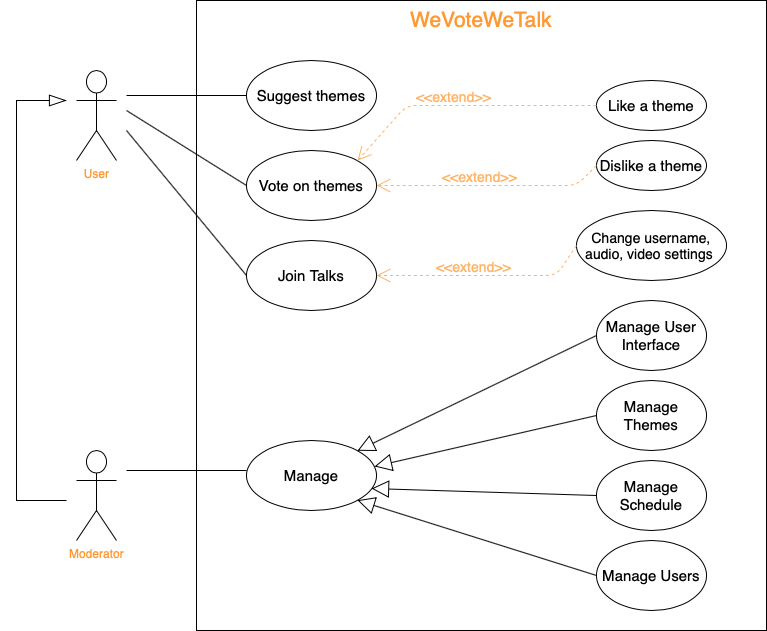
FEUP-ESOF-2020-21/open-cx-t5g1-wevotewetalk keeps this draw.io diagram as docs/use-cases-diagram.png. Above is the earlier version. Source tidied: cells renumbered, new cells last; positions are measured from the earlier drawing's top-left corner, leaving out a move shared by most shapes.
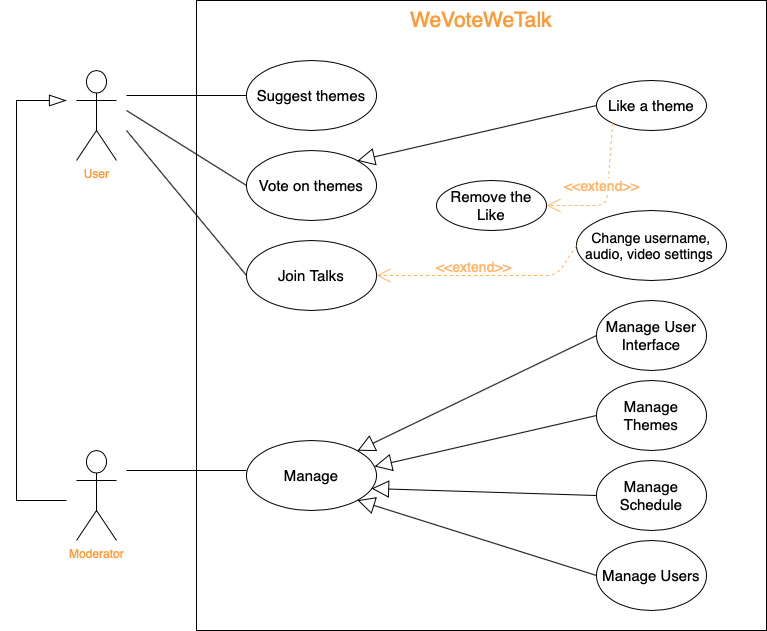
After the change.

Commit message:
Changes to the use case diagram and to the report

Change to the diagram source:
```diff
@@ -8,9 +8,9 @@
     <mxCell id="3" value="&lt;font color=&quot;#ff9933&quot;&gt;Moderator&lt;/font&gt;" style="shape=umlActor;verticalLabelPosition=bottom;verticalAlign=top;html=1;" parent="1" vertex="1">
       <mxGeometry x="60" y="450" width="40" height="90" as="geometry" />
     </mxCell>
-    <mxCell id="4" style="rounded=0;whiteSpace=wrap;html=1;" parent="1" vertex="1">
-      <mxGeometry x="180" width="570" height="630" as="geometry" />
-    </mxCell>
+    <mxCell id="32" style="rounded=0;whiteSpace=wrap;html=1;" parent="1" vertex="1">
+      <mxGeometry x="180" width="570" height="630" as="geometry" />
+    </mxCell>
     <mxCell id="5" value="WeVoteWeTalk&lt;br style=&quot;font-size: 21px;&quot;&gt;" style="text;html=1;strokeColor=none;fillColor=none;align=center;verticalAlign=middle;whiteSpace=wrap;rounded=0;fontSize=21;fontColor=#FF9933;" parent="1" vertex="1">
       <mxGeometry x="445" y="10" width="40" height="20" as="geometry" />
     </mxCell>
@@ -23,41 +23,41 @@
     <mxCell id="8" value="Join Talks" style="ellipse;whiteSpace=wrap;html=1;fontSize=15;" parent="1" vertex="1">
       <mxGeometry x="230" y="240" width="130" height="70" as="geometry" />
     </mxCell>
-    <mxCell id="9" style="endArrow=none;html=1;fontSize=15;fontColor=#FF9933;entryX=0;entryY=0.5;entryDx=0;entryDy=0;" parent="1" edge="1" target="6">
-      <mxGeometry relative="1" as="geometry">
-        <mxPoint x="110" y="95" as="sourcePoint" />
-      </mxGeometry>
-    </mxCell>
-    <mxCell id="10" style="endArrow=none;html=1;fontSize=15;fontColor=#FF9933;entryX=0;entryY=0.5;entryDx=0;entryDy=0;" parent="1" edge="1" target="7">
-      <mxGeometry relative="1" as="geometry">
-        <mxPoint x="110" y="110" as="sourcePoint" />
-      </mxGeometry>
-    </mxCell>
-    <mxCell id="11" style="endArrow=none;html=1;fontSize=15;fontColor=#FF9933;entryX=0;entryY=0.5;entryDx=0;entryDy=0;" parent="1" edge="1" target="8">
-      <mxGeometry relative="1" as="geometry">
-        <mxPoint x="110" y="130" as="sourcePoint" />
-      </mxGeometry>
-    </mxCell>
-    <mxCell id="12" style="endArrow=blockThin;html=1;fontSize=15;fontColor=#FF9933;endFill=0;rounded=0;endSize=15;" parent="1" edge="1">
-      <mxGeometry relative="1" as="geometry">
-        <mxPoint x="50" y="500" as="sourcePoint" />
-        <mxPoint x="50" y="100" as="targetPoint" />
-        <Array as="points">
-          <mxPoint y="500" />
-          <mxPoint y="270" />
-          <mxPoint y="100" />
-        </Array>
-      </mxGeometry>
-    </mxCell>
+    <mxCell id="33" style="endArrow=none;html=1;fontSize=15;fontColor=#FF9933;entryX=0;entryY=0.5;entryDx=0;entryDy=0;" parent="1" edge="1" target="6">
+      <mxGeometry relative="1" as="geometry">
+        <mxPoint x="110" y="95" as="sourcePoint" />
+      </mxGeometry>
+    </mxCell>
+    <mxCell id="34" style="endArrow=none;html=1;fontSize=15;fontColor=#FF9933;entryX=0;entryY=0.5;entryDx=0;entryDy=0;" parent="1" edge="1" target="7">
+      <mxGeometry relative="1" as="geometry">
+        <mxPoint x="110" y="110" as="sourcePoint" />
+      </mxGeometry>
+    </mxCell>
+    <mxCell id="35" style="endArrow=none;html=1;fontSize=15;fontColor=#FF9933;entryX=0;entryY=0.5;entryDx=0;entryDy=0;" parent="1" edge="1" target="8">
+      <mxGeometry relative="1" as="geometry">
+        <mxPoint x="110" y="130" as="sourcePoint" />
+      </mxGeometry>
+    </mxCell>
+    <mxCell id="36" style="endArrow=blockThin;html=1;fontSize=15;fontColor=#FF9933;endFill=0;rounded=0;endSize=15;" parent="1" edge="1">
+      <mxGeometry relative="1" as="geometry">
+        <mxPoint x="50" y="500" as="sourcePoint" />
+        <mxPoint x="50" y="100" as="targetPoint" />
+        <Array as="points">
+          <mxPoint y="500" />
+          <mxPoint y="270" />
+          <mxPoint y="100" />
+        </Array>
+      </mxGeometry>
+    </mxCell>
     <mxCell id="13" value="Manage" style="ellipse;whiteSpace=wrap;html=1;fontSize=15;" parent="1" vertex="1">
       <mxGeometry x="230" y="440" width="130" height="70" as="geometry" />
     </mxCell>
-    <mxCell id="14" style="endArrow=none;html=1;fontSize=15;fontColor=#FF9933;entryX=0;entryY=0.5;entryDx=0;entryDy=0;" parent="1" edge="1">
-      <mxGeometry relative="1" as="geometry">
-        <mxPoint x="110" y="470" as="sourcePoint" />
-        <mxPoint x="230" y="470" as="targetPoint" />
-      </mxGeometry>
-    </mxCell>
+    <mxCell id="37" style="endArrow=none;html=1;fontSize=15;fontColor=#FF9933;entryX=0;entryY=0.5;entryDx=0;entryDy=0;" parent="1" edge="1">
+      <mxGeometry relative="1" as="geometry">
+        <mxPoint x="110" y="470" as="sourcePoint" />
+        <mxPoint x="230" y="470" as="targetPoint" />
+      </mxGeometry>
+    </mxCell>
     <mxCell id="15" value="Manage Themes" style="ellipse;whiteSpace=wrap;html=1;fontSize=15;" parent="1" vertex="1">
       <mxGeometry x="580" y="380" width="110" height="70" as="geometry" />
     </mxCell>
@@ -92,40 +92,31 @@
         </Array>
       </mxGeometry>
     </mxCell>
-    <mxCell id="25" value="&amp;lt;&amp;lt;extend&amp;gt;&amp;gt;" style="edgeLabel;html=1;align=center;verticalAlign=middle;fontSize=14;fontColor=#FFB366;" parent="24" vertex="1">
-      <mxGeometry x="0.03" y="2" relative="1" as="geometry">
-        <mxPoint x="-7.7" y="-11.8" as="offset" />
-      </mxGeometry>
-    </mxCell>
+    <mxCell id="38" value="&amp;lt;&amp;lt;extend&amp;gt;&amp;gt;" style="edgeLabel;html=1;align=center;verticalAlign=middle;fontSize=14;fontColor=#FFB366;" parent="24" vertex="1">
+      <mxGeometry x="0.03" y="2" relative="1" as="geometry">
+        <mxPoint x="-7.7" y="-11.8" as="offset" />
+      </mxGeometry>
+    </mxCell>
     <mxCell id="26" value="Like a theme" style="ellipse;whiteSpace=wrap;html=1;fontSize=15;" parent="1" vertex="1">
       <mxGeometry x="580" y="80" width="110" height="50" as="geometry" />
     </mxCell>
-    <mxCell id="27" value="Dislike a theme" style="ellipse;whiteSpace=wrap;html=1;fontSize=15;" parent="1" vertex="1">
-      <mxGeometry x="580" y="140" width="110" height="50" as="geometry" />
-    </mxCell>
+    <mxCell id="39" value="Remove the Like" style="ellipse;whiteSpace=wrap;html=1;fontSize=15;" parent="1" vertex="1">
+      <mxGeometry x="420" y="180" width="110" height="50" as="geometry" />
+    </mxCell>
-    <mxCell id="28" style="endArrow=open;dashed=1;html=1;strokeWidth=1;fontSize=14;strokeColor=#FFB366;entryX=1;entryY=0;entryDx=0;entryDy=0;endFill=0;endSize=12;exitX=0;exitY=0.5;exitDx=0;exitDy=0;" parent="1" edge="1" source="26" target="7">
-      <mxGeometry relative="1" as="geometry">
-        <Array as="points">
-          <mxPoint x="390" y="105" />
-        </Array>
-      </mxGeometry>
+    <mxCell id="28" style="endArrow=block;html=1;strokeWidth=1;fontSize=15;fontColor=#FF9933;entryX=1;entryY=0;entryDx=0;entryDy=0;exitX=0;exitY=0.5;exitDx=0;exitDy=0;endFill=0;startSize=6;endSize=15;" parent="1" edge="1" source="26" target="7">
+      <mxGeometry relative="1" as="geometry" />
     </mxCell>
-    <mxCell id="29" value="&amp;lt;&amp;lt;extend&amp;gt;&amp;gt;" style="edgeLabel;html=1;align=center;verticalAlign=middle;fontSize=14;fontColor=#FFB366;" parent="28" vertex="1">
-      <mxGeometry x="0.03" y="2" relative="1" as="geometry">
-        <mxPoint x="-7.7" y="-11.8" as="offset" />
-      </mxGeometry>
-    </mxCell>
-    <mxCell id="30" style="endArrow=open;dashed=1;html=1;strokeWidth=1;fontSize=14;strokeColor=#FFB366;exitX=0;exitY=0.5;exitDx=0;exitDy=0;entryX=1;entryY=0.5;entryDx=0;entryDy=0;endFill=0;endSize=12;" parent="1" edge="1" source="27" target="7">
-      <mxGeometry relative="1" as="geometry">
-        <Array as="points">
-          <mxPoint x="560" y="185" />
-        </Array>
-      </mxGeometry>
-    </mxCell>
-    <mxCell id="31" value="&amp;lt;&amp;lt;extend&amp;gt;&amp;gt;" style="edgeLabel;html=1;align=center;verticalAlign=middle;fontSize=14;fontColor=#FFB366;" parent="30" vertex="1">
-      <mxGeometry x="0.03" y="2" relative="1" as="geometry">
-        <mxPoint x="-7.7" y="-11.8" as="offset" />
-      </mxGeometry>
-    </mxCell>
+    <mxCell id="40" style="endArrow=open;dashed=1;html=1;strokeWidth=1;fontSize=14;strokeColor=#FFB366;exitX=0;exitY=1;exitDx=0;exitDy=0;endFill=0;endSize=12;entryX=1;entryY=0.5;entryDx=0;entryDy=0;" parent="1" edge="1" source="26" target="39">
+      <mxGeometry relative="1" as="geometry">
+        <Array as="points">
+          <mxPoint x="590" y="205" />
+        </Array>
+      </mxGeometry>
+    </mxCell>
+    <mxCell id="41" value="&amp;lt;&amp;lt;extend&amp;gt;&amp;gt;" style="edgeLabel;html=1;align=center;verticalAlign=middle;fontSize=14;fontColor=#FFB366;" parent="40" vertex="1">
+      <mxGeometry x="0.03" y="2" relative="1" as="geometry">
+        <mxPoint x="-7.7" y="-11.8" as="offset" />
+      </mxGeometry>
+    </mxCell>
   </root>
 </mxGraphModel>
```
